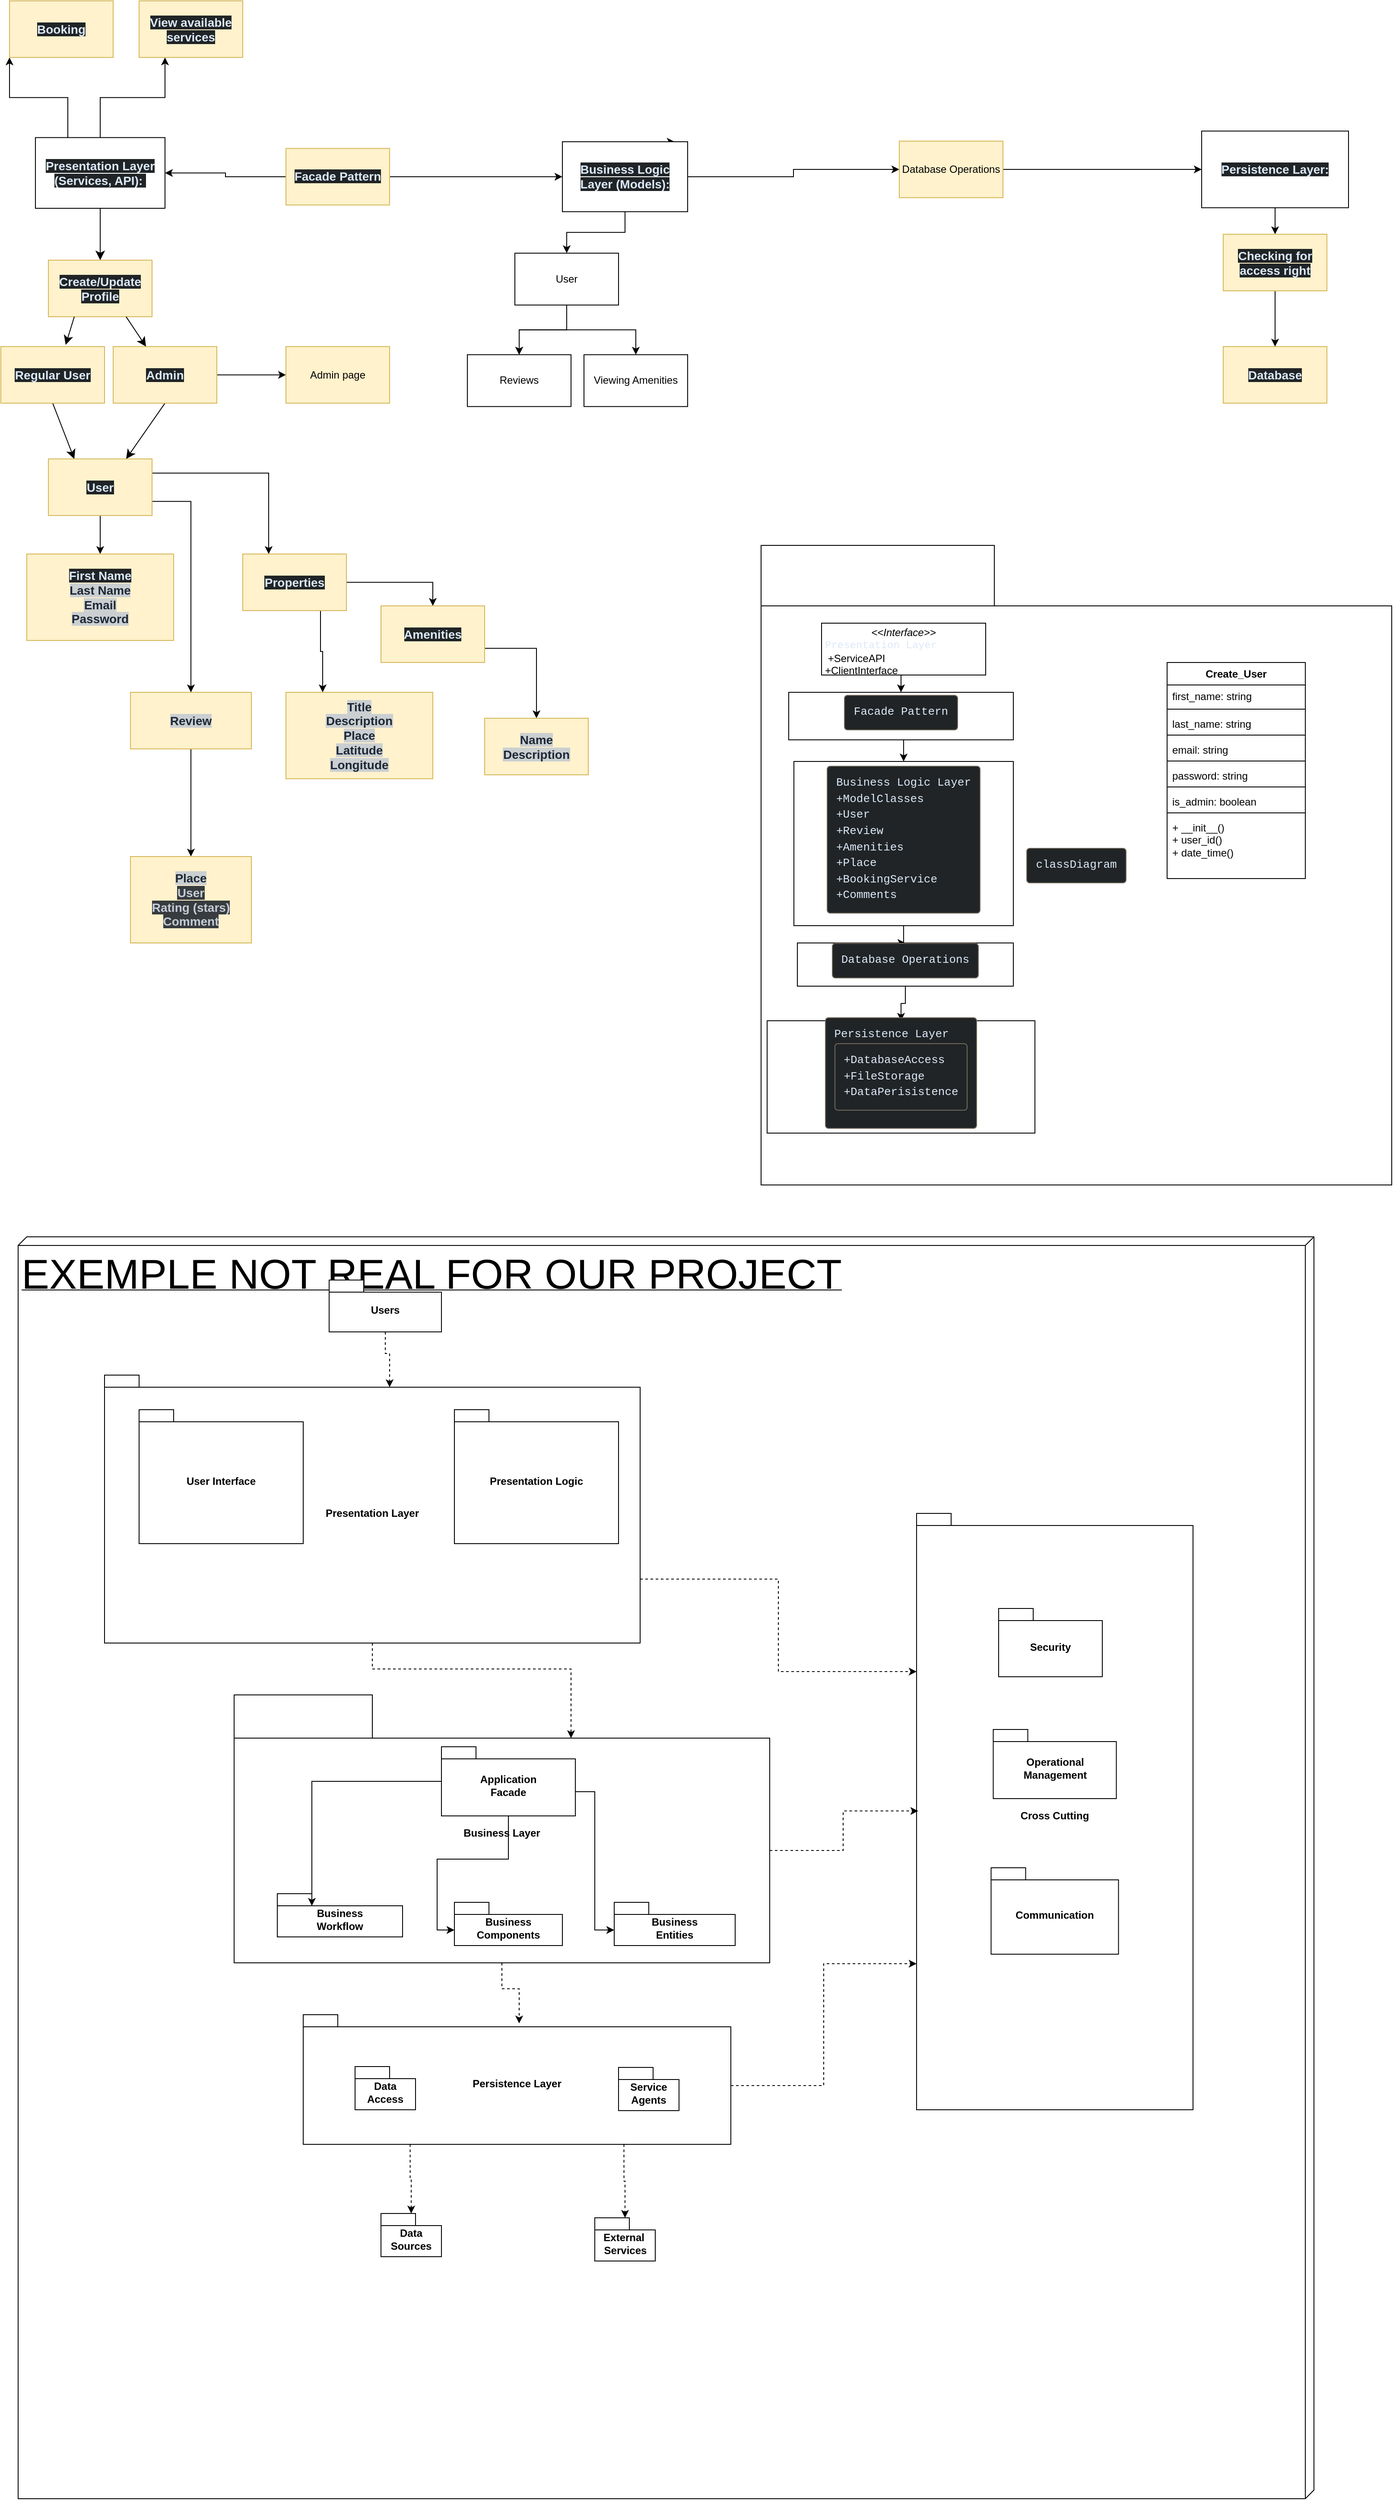
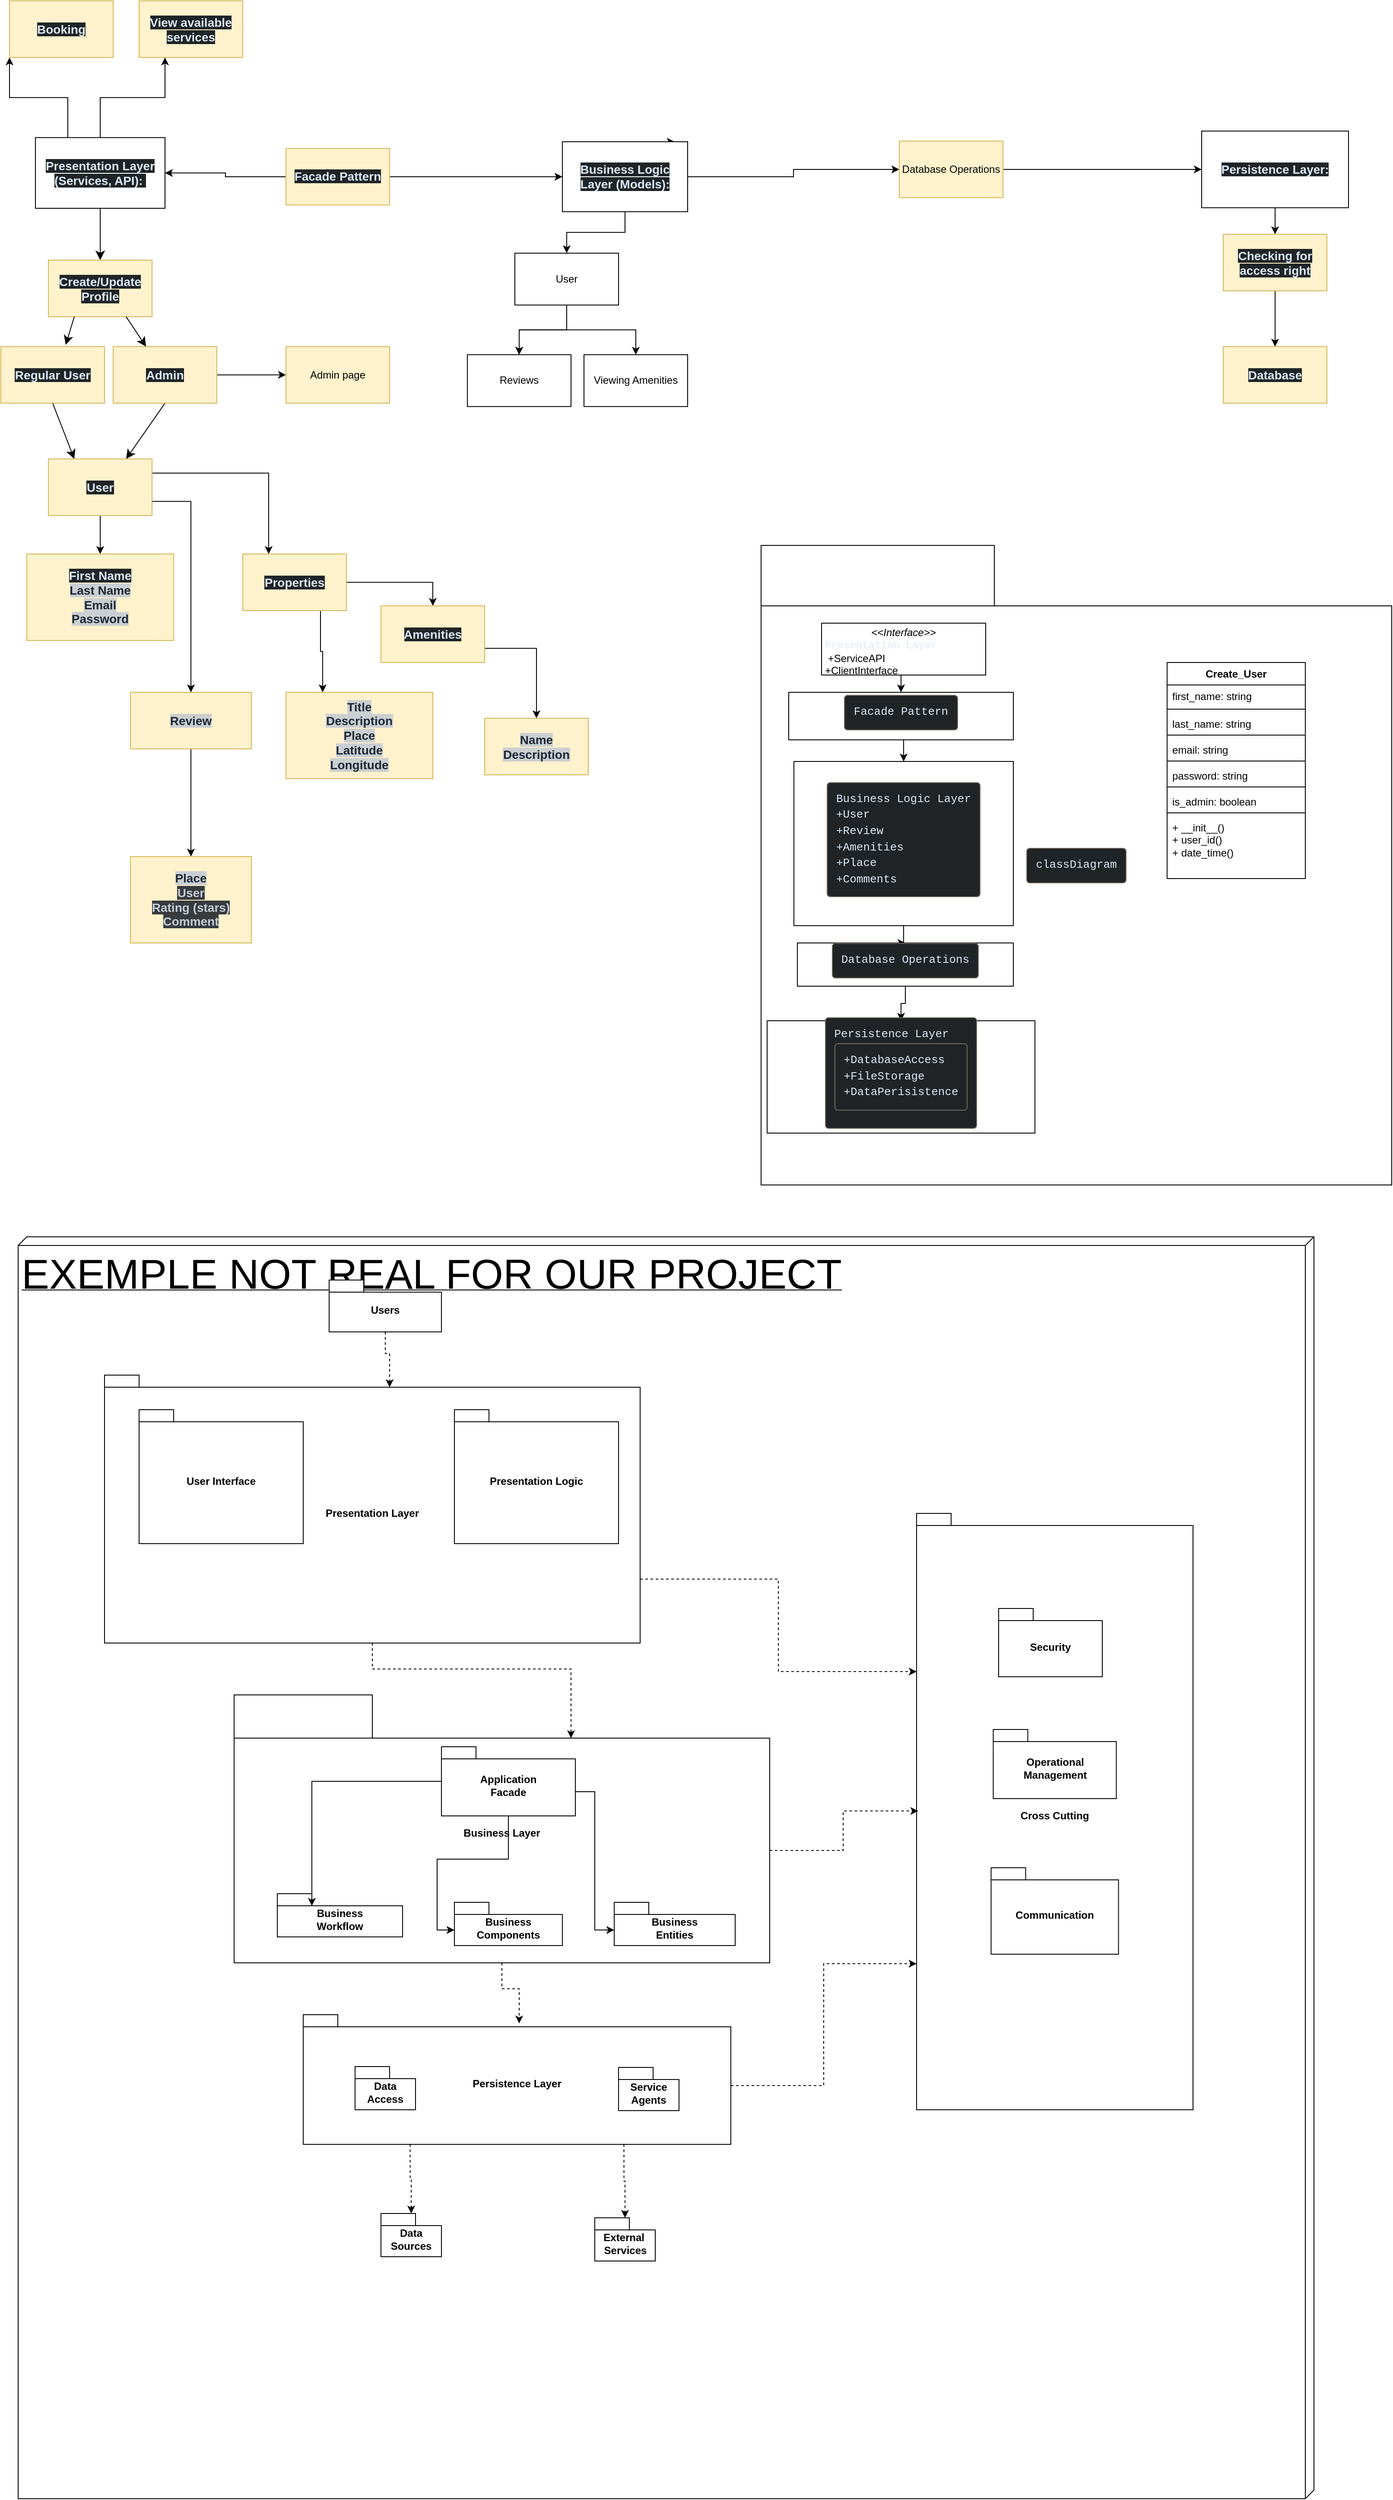
<mxfile host="app.diagrams.net">
  <diagram name="Page-1" id="-YqvBdWR7zro55ob8_1u">
    <mxGraphModel dx="1704" dy="840" grid="1" gridSize="10" guides="1" tooltips="1" connect="1" arrows="1" fold="1" page="1" pageScale="1" pageWidth="850" pageHeight="1100" math="0" shadow="0">
      <root>
        <mxCell id="0" />
        <mxCell id="1" parent="0" />
        <mxCell id="ak4_qq2vWhMhYVfdcJaX-1" parent="1" style="verticalAlign=top;align=left;spacingTop=8;spacingLeft=2;spacingRight=12;shape=cube;size=10;direction=south;fontStyle=4;html=1;whiteSpace=wrap;" value="&lt;font style=&quot;font-size: 48px;&quot;&gt;EXEMPLE NOT REAL FOR OUR PROJECT&lt;/font&gt;" vertex="1">
          <mxGeometry height="1460" width="1500" x="20" y="1530" as="geometry" />
        </mxCell>
        <mxCell id="Xk1fa7zEFvqhqLaLLcKz-15" parent="1" style="shape=folder;fontStyle=1;spacingTop=10;tabWidth=270;tabHeight=70;tabPosition=left;html=1;whiteSpace=wrap;" value="&lt;pre style=&quot;box-sizing: border-box; overflow: auto; font-family: Menlo, Monaco, Consolas, &amp;quot;Courier New&amp;quot;, monospace; font-size: 13px; margin: 0px 0px 10px; line-height: 1.42857; color: rgb(220, 233, 249); word-break: break-all; overflow-wrap: break-word; border-width: 1px; border-style: solid; border-image: initial; scrollbar-color: rgb(95, 99, 104) rgb(49, 54, 60); font-weight: 400; text-align: start; padding: 10px !important; background-color: rgb(32, 36, 38) !important; border-color: rgb(114, 105, 91) !important; border-radius: 4px !important;&quot;&gt;&lt;code class=&quot;mermaid language-mermaid&quot; style=&quot;box-sizing: border-box; font-family: Menlo, Monaco, Consolas, &amp;quot;Courier New&amp;quot;, monospace; font-size: inherit; padding: 0px; border-radius: 0px; white-space: pre-wrap; scrollbar-color: rgb(95, 99, 104) rgb(49, 54, 60); background-color: transparent !important;&quot;&gt;classDiagram&lt;/code&gt;&lt;/pre&gt;" vertex="1">
          <mxGeometry height="740" width="730" x="880" y="730" as="geometry" />
        </mxCell>
        <mxCell id="knfjWByLyRWuwcYY4K55-11" edge="1" parent="1" source="hUDn5ZNKDxH-Q9J3WyCt-1" style="edgeStyle=none;curved=1;rounded=0;orthogonalLoop=1;jettySize=auto;html=1;exitX=0.5;exitY=1;exitDx=0;exitDy=0;fontSize=12;startSize=8;endSize=8;" target="knfjWByLyRWuwcYY4K55-1">
          <mxGeometry relative="1" as="geometry" />
        </mxCell>
        <mxCell id="nrL1aRvaP8A3k5mvhdIb-1" edge="1" parent="1" source="hUDn5ZNKDxH-Q9J3WyCt-1" style="edgeStyle=orthogonalEdgeStyle;rounded=0;orthogonalLoop=1;jettySize=auto;html=1;exitX=0.25;exitY=0;exitDx=0;exitDy=0;entryX=0;entryY=1;entryDx=0;entryDy=0;" target="nDmQYND_-jVZAFU5oeKq-2">
          <mxGeometry relative="1" as="geometry" />
        </mxCell>
        <mxCell id="nrL1aRvaP8A3k5mvhdIb-2" edge="1" parent="1" source="hUDn5ZNKDxH-Q9J3WyCt-1" style="edgeStyle=orthogonalEdgeStyle;rounded=0;orthogonalLoop=1;jettySize=auto;html=1;exitX=0.5;exitY=0;exitDx=0;exitDy=0;entryX=0.25;entryY=1;entryDx=0;entryDy=0;" target="nDmQYND_-jVZAFU5oeKq-3">
          <mxGeometry relative="1" as="geometry" />
        </mxCell>
        <mxCell id="hUDn5ZNKDxH-Q9J3WyCt-1" parent="1" style="rounded=0;whiteSpace=wrap;html=1;" value="&lt;strong style=&quot;box-sizing: border-box; font-weight: bold; scrollbar-color: rgb(95, 99, 104) rgb(49, 54, 60); color: rgb(220, 233, 249); font-family: aktiv-grotesk, sans-serif; font-size: 14px; text-align: start; background-color: rgb(32, 36, 38);&quot;&gt;Presentation Layer (Services, API):&lt;/strong&gt;&lt;span style=&quot;color: rgb(220, 233, 249); font-family: aktiv-grotesk, sans-serif; font-size: 14px; text-align: start; background-color: rgb(32, 36, 38);&quot;&gt;&amp;nbsp;&lt;/span&gt;" vertex="1">
          <mxGeometry height="81.82" width="150" x="40" y="258.18" as="geometry" />
        </mxCell>
        <mxCell id="nrL1aRvaP8A3k5mvhdIb-28" edge="1" parent="1" source="hUDn5ZNKDxH-Q9J3WyCt-2" style="edgeStyle=orthogonalEdgeStyle;rounded=0;orthogonalLoop=1;jettySize=auto;html=1;exitX=0.75;exitY=0;exitDx=0;exitDy=0;">
          <mxGeometry relative="1" as="geometry">
            <mxPoint x="780" y="262.92" as="targetPoint" />
          </mxGeometry>
        </mxCell>
        <mxCell id="nrL1aRvaP8A3k5mvhdIb-29" edge="1" parent="1" source="hUDn5ZNKDxH-Q9J3WyCt-2" style="edgeStyle=orthogonalEdgeStyle;rounded=0;orthogonalLoop=1;jettySize=auto;html=1;exitX=1;exitY=0.5;exitDx=0;exitDy=0;entryX=0;entryY=0.5;entryDx=0;entryDy=0;" target="nrL1aRvaP8A3k5mvhdIb-25">
          <mxGeometry relative="1" as="geometry" />
        </mxCell>
        <mxCell id="IQe30unK_AcWwb2UXMVU-2" edge="1" parent="1" source="hUDn5ZNKDxH-Q9J3WyCt-2" style="edgeStyle=orthogonalEdgeStyle;rounded=0;orthogonalLoop=1;jettySize=auto;html=1;" target="IQe30unK_AcWwb2UXMVU-1" value="">
          <mxGeometry relative="1" as="geometry" />
        </mxCell>
        <mxCell id="hUDn5ZNKDxH-Q9J3WyCt-2" parent="1" style="rounded=0;whiteSpace=wrap;html=1;" value="&lt;strong style=&quot;box-sizing: border-box; font-weight: bold; scrollbar-color: rgb(95, 99, 104) rgb(49, 54, 60); color: rgb(220, 233, 249); font-family: aktiv-grotesk, sans-serif; font-size: 14px; text-align: start; background-color: rgb(32, 36, 38);&quot;&gt;Business Logic Layer (Models):&lt;/strong&gt;" vertex="1">
          <mxGeometry height="80.93" width="145" x="650" y="262.99" as="geometry" />
        </mxCell>
        <mxCell id="lqWkxY9uZ9eT4ogvRrYx-3" edge="1" parent="1" source="hUDn5ZNKDxH-Q9J3WyCt-3" style="edgeStyle=orthogonalEdgeStyle;rounded=0;orthogonalLoop=1;jettySize=auto;html=1;exitX=0.5;exitY=1;exitDx=0;exitDy=0;entryX=0.5;entryY=0;entryDx=0;entryDy=0;" target="lqWkxY9uZ9eT4ogvRrYx-2">
          <mxGeometry relative="1" as="geometry" />
        </mxCell>
        <mxCell id="hUDn5ZNKDxH-Q9J3WyCt-3" parent="1" style="rounded=0;whiteSpace=wrap;html=1;" value="&lt;strong style=&quot;box-sizing: border-box; font-weight: bold; scrollbar-color: rgb(95, 99, 104) rgb(49, 54, 60); color: rgb(220, 233, 249); font-family: aktiv-grotesk, sans-serif; font-size: 14px; text-align: start; background-color: rgb(32, 36, 38);&quot;&gt;Persistence Layer:&lt;/strong&gt;" vertex="1">
          <mxGeometry height="88.7" width="170" x="1390" y="250.65" as="geometry" />
        </mxCell>
        <mxCell id="nDmQYND_-jVZAFU5oeKq-2" parent="1" style="rounded=0;whiteSpace=wrap;html=1;fillColor=#fff2cc;strokeColor=#d6b656;" value="&lt;div style=&quot;text-align: start;&quot;&gt;&lt;font color=&quot;#dce9f9&quot; face=&quot;aktiv-grotesk, sans-serif&quot;&gt;&lt;span style=&quot;font-size: 14px; background-color: rgb(32, 36, 38);&quot;&gt;&lt;b&gt;Booking&lt;/b&gt;&lt;/span&gt;&lt;/font&gt;&lt;/div&gt;" vertex="1">
          <mxGeometry height="65.46" width="120" x="10" y="100" as="geometry" />
        </mxCell>
        <mxCell id="nDmQYND_-jVZAFU5oeKq-3" parent="1" style="rounded=0;whiteSpace=wrap;html=1;align=center;fillColor=#fff2cc;strokeColor=#d6b656;" value="&lt;div style=&quot;&quot;&gt;&lt;font color=&quot;#dce9f9&quot; face=&quot;aktiv-grotesk, sans-serif&quot;&gt;&lt;span style=&quot;font-size: 14px; background-color: rgb(32, 36, 38);&quot;&gt;&lt;b&gt;View available services&lt;/b&gt;&lt;/span&gt;&lt;/font&gt;&lt;/div&gt;" vertex="1">
          <mxGeometry height="65.46" width="120" x="160" y="100.00000000000003" as="geometry" />
        </mxCell>
        <mxCell id="bphd-XHS044pXj_6YrF3-2" edge="1" parent="1" source="nDmQYND_-jVZAFU5oeKq-4" style="edgeStyle=orthogonalEdgeStyle;rounded=0;orthogonalLoop=1;jettySize=auto;html=1;exitX=0.5;exitY=1;exitDx=0;exitDy=0;entryX=0.5;entryY=0;entryDx=0;entryDy=0;" target="bphd-XHS044pXj_6YrF3-1">
          <mxGeometry relative="1" as="geometry" />
        </mxCell>
        <mxCell id="nDmQYND_-jVZAFU5oeKq-4" parent="1" style="rounded=0;whiteSpace=wrap;html=1;align=center;fillColor=#fff2cc;strokeColor=#d6b656;" value="&lt;div style=&quot;&quot;&gt;&lt;font color=&quot;#1d2836&quot; face=&quot;aktiv-grotesk, sans-serif&quot;&gt;&lt;span style=&quot;font-size: 14px; background-color: rgb(203, 207, 209);&quot;&gt;&lt;b&gt;Review&lt;/b&gt;&lt;/span&gt;&lt;/font&gt;&lt;/div&gt;" vertex="1">
          <mxGeometry height="65.46" width="140" x="150" y="900" as="geometry" />
        </mxCell>
        <mxCell id="knfjWByLyRWuwcYY4K55-1" parent="1" style="rounded=0;whiteSpace=wrap;html=1;align=center;fillColor=#fff2cc;strokeColor=#d6b656;" value="&lt;div style=&quot;&quot;&gt;&lt;font color=&quot;#dce9f9&quot; face=&quot;aktiv-grotesk, sans-serif&quot;&gt;&lt;span style=&quot;font-size: 14px; background-color: rgb(32, 36, 38);&quot;&gt;&lt;b&gt;Create/Update Profile&lt;/b&gt;&lt;/span&gt;&lt;/font&gt;&lt;/div&gt;" vertex="1">
          <mxGeometry height="65.46" width="120" x="55" y="400" as="geometry" />
        </mxCell>
        <mxCell id="knfjWByLyRWuwcYY4K55-12" edge="1" parent="1" source="knfjWByLyRWuwcYY4K55-3" style="edgeStyle=none;curved=1;rounded=0;orthogonalLoop=1;jettySize=auto;html=1;exitX=0.5;exitY=1;exitDx=0;exitDy=0;entryX=0.25;entryY=0;entryDx=0;entryDy=0;fontSize=12;startSize=8;endSize=8;" target="knfjWByLyRWuwcYY4K55-7">
          <mxGeometry relative="1" as="geometry" />
        </mxCell>
        <mxCell id="knfjWByLyRWuwcYY4K55-3" parent="1" style="rounded=0;whiteSpace=wrap;html=1;align=center;fillColor=#fff2cc;strokeColor=#d6b656;" value="&lt;div style=&quot;&quot;&gt;&lt;font color=&quot;#dce9f9&quot; face=&quot;aktiv-grotesk, sans-serif&quot;&gt;&lt;span style=&quot;font-size: 14px; background-color: rgb(32, 36, 38);&quot;&gt;&lt;b&gt;Regular User&lt;/b&gt;&lt;/span&gt;&lt;/font&gt;&lt;/div&gt;" vertex="1">
          <mxGeometry height="65.46" width="120" y="500" as="geometry" />
        </mxCell>
        <mxCell id="knfjWByLyRWuwcYY4K55-13" edge="1" parent="1" source="knfjWByLyRWuwcYY4K55-4" style="edgeStyle=none;curved=1;rounded=0;orthogonalLoop=1;jettySize=auto;html=1;exitX=0.5;exitY=1;exitDx=0;exitDy=0;entryX=0.75;entryY=0;entryDx=0;entryDy=0;fontSize=12;startSize=8;endSize=8;" target="knfjWByLyRWuwcYY4K55-7">
          <mxGeometry relative="1" as="geometry" />
        </mxCell>
        <mxCell id="aWwyGlZGmxZRMDZtTTIC-5" edge="1" parent="1" source="knfjWByLyRWuwcYY4K55-4" style="edgeStyle=orthogonalEdgeStyle;rounded=0;orthogonalLoop=1;jettySize=auto;html=1;" target="aWwyGlZGmxZRMDZtTTIC-4" value="">
          <mxGeometry relative="1" as="geometry" />
        </mxCell>
        <mxCell id="knfjWByLyRWuwcYY4K55-4" parent="1" style="rounded=0;whiteSpace=wrap;html=1;align=center;fillColor=#fff2cc;strokeColor=#d6b656;" value="&lt;div style=&quot;&quot;&gt;&lt;font color=&quot;#dce9f9&quot; face=&quot;aktiv-grotesk, sans-serif&quot;&gt;&lt;span style=&quot;font-size: 14px; background-color: rgb(32, 36, 38);&quot;&gt;&lt;b&gt;Admin&lt;/b&gt;&lt;/span&gt;&lt;/font&gt;&lt;/div&gt;" vertex="1">
          <mxGeometry height="65.46" width="120" x="130" y="500" as="geometry" />
        </mxCell>
        <mxCell id="knfjWByLyRWuwcYY4K55-5" edge="1" parent="1" source="knfjWByLyRWuwcYY4K55-1" style="edgeStyle=none;curved=1;rounded=0;orthogonalLoop=1;jettySize=auto;html=1;exitX=0.25;exitY=1;exitDx=0;exitDy=0;entryX=0.625;entryY=-0.031;entryDx=0;entryDy=0;entryPerimeter=0;fontSize=12;startSize=8;endSize=8;" target="knfjWByLyRWuwcYY4K55-3">
          <mxGeometry relative="1" as="geometry" />
        </mxCell>
        <mxCell id="knfjWByLyRWuwcYY4K55-6" edge="1" parent="1" source="knfjWByLyRWuwcYY4K55-1" style="edgeStyle=none;curved=1;rounded=0;orthogonalLoop=1;jettySize=auto;html=1;exitX=0.75;exitY=1;exitDx=0;exitDy=0;entryX=0.317;entryY=0;entryDx=0;entryDy=0;entryPerimeter=0;fontSize=12;startSize=8;endSize=8;" target="knfjWByLyRWuwcYY4K55-4">
          <mxGeometry relative="1" as="geometry" />
        </mxCell>
        <mxCell id="nrL1aRvaP8A3k5mvhdIb-16" edge="1" parent="1" source="knfjWByLyRWuwcYY4K55-7" style="edgeStyle=orthogonalEdgeStyle;rounded=0;orthogonalLoop=1;jettySize=auto;html=1;exitX=0.5;exitY=1;exitDx=0;exitDy=0;entryX=0.5;entryY=0;entryDx=0;entryDy=0;" target="nrL1aRvaP8A3k5mvhdIb-10">
          <mxGeometry relative="1" as="geometry" />
        </mxCell>
        <mxCell id="nrL1aRvaP8A3k5mvhdIb-18" edge="1" parent="1" source="knfjWByLyRWuwcYY4K55-7" style="edgeStyle=orthogonalEdgeStyle;rounded=0;orthogonalLoop=1;jettySize=auto;html=1;exitX=1;exitY=0.75;exitDx=0;exitDy=0;entryX=0.5;entryY=0;entryDx=0;entryDy=0;" target="nDmQYND_-jVZAFU5oeKq-4">
          <mxGeometry relative="1" as="geometry" />
        </mxCell>
        <mxCell id="nrL1aRvaP8A3k5mvhdIb-19" edge="1" parent="1" source="knfjWByLyRWuwcYY4K55-7" style="edgeStyle=orthogonalEdgeStyle;rounded=0;orthogonalLoop=1;jettySize=auto;html=1;exitX=1;exitY=0.25;exitDx=0;exitDy=0;entryX=0.25;entryY=0;entryDx=0;entryDy=0;" target="nrL1aRvaP8A3k5mvhdIb-3">
          <mxGeometry relative="1" as="geometry" />
        </mxCell>
        <mxCell id="knfjWByLyRWuwcYY4K55-7" parent="1" style="rounded=0;whiteSpace=wrap;html=1;align=center;fillColor=#fff2cc;strokeColor=#d6b656;" value="&lt;div style=&quot;&quot;&gt;&lt;font color=&quot;#dce9f9&quot; face=&quot;aktiv-grotesk, sans-serif&quot;&gt;&lt;span style=&quot;font-size: 14px; background-color: rgb(32, 36, 38);&quot;&gt;&lt;b&gt;User&lt;/b&gt;&lt;/span&gt;&lt;/font&gt;&lt;/div&gt;" vertex="1">
          <mxGeometry height="65.46" width="120" x="55" y="630" as="geometry" />
        </mxCell>
        <mxCell id="knfjWByLyRWuwcYY4K55-9" parent="1" style="rounded=0;whiteSpace=wrap;html=1;align=center;fillColor=#fff2cc;strokeColor=#d6b656;" value="&lt;div style=&quot;&quot;&gt;&lt;font color=&quot;#dce9f9&quot; face=&quot;aktiv-grotesk, sans-serif&quot;&gt;&lt;span style=&quot;font-size: 14px; background-color: rgb(32, 36, 38);&quot;&gt;&lt;b&gt;Database&lt;/b&gt;&lt;/span&gt;&lt;/font&gt;&lt;/div&gt;" vertex="1">
          <mxGeometry height="65.46" width="120" x="1415" y="500.00000000000006" as="geometry" />
        </mxCell>
        <mxCell id="bphd-XHS044pXj_6YrF3-3" edge="1" parent="1" source="nrL1aRvaP8A3k5mvhdIb-3" style="edgeStyle=orthogonalEdgeStyle;rounded=0;orthogonalLoop=1;jettySize=auto;html=1;exitX=0.75;exitY=1;exitDx=0;exitDy=0;entryX=0.25;entryY=0;entryDx=0;entryDy=0;" target="nrL1aRvaP8A3k5mvhdIb-20">
          <mxGeometry relative="1" as="geometry">
            <mxPoint x="370.11764705882365" y="910" as="targetPoint" />
          </mxGeometry>
        </mxCell>
        <mxCell id="bphd-XHS044pXj_6YrF3-10" edge="1" parent="1" source="nrL1aRvaP8A3k5mvhdIb-3" style="edgeStyle=orthogonalEdgeStyle;rounded=0;orthogonalLoop=1;jettySize=auto;html=1;exitX=1;exitY=0.5;exitDx=0;exitDy=0;entryX=0.5;entryY=0;entryDx=0;entryDy=0;" target="bphd-XHS044pXj_6YrF3-9">
          <mxGeometry relative="1" as="geometry" />
        </mxCell>
        <mxCell id="nrL1aRvaP8A3k5mvhdIb-3" parent="1" style="rounded=0;whiteSpace=wrap;html=1;align=center;fillColor=#fff2cc;strokeColor=#d6b656;" value="&lt;div style=&quot;&quot;&gt;&lt;font color=&quot;#dce9f9&quot; face=&quot;aktiv-grotesk, sans-serif&quot;&gt;&lt;span style=&quot;font-size: 14px; background-color: rgb(32, 36, 38);&quot;&gt;&lt;b&gt;Properties&lt;/b&gt;&lt;/span&gt;&lt;/font&gt;&lt;/div&gt;" vertex="1">
          <mxGeometry height="65.46" width="120" x="280" y="740" as="geometry" />
        </mxCell>
        <mxCell id="nrL1aRvaP8A3k5mvhdIb-10" parent="1" style="rounded=0;whiteSpace=wrap;html=1;align=center;fillColor=#fff2cc;strokeColor=#d6b656;" value="&lt;div style=&quot;&quot;&gt;&lt;font color=&quot;#dce9f9&quot; face=&quot;aktiv-grotesk, sans-serif&quot;&gt;&lt;span style=&quot;font-size: 14px; background-color: rgb(32, 36, 38);&quot;&gt;&lt;b&gt;First Name&lt;/b&gt;&lt;/span&gt;&lt;/font&gt;&lt;/div&gt;&lt;div style=&quot;&quot;&gt;&lt;font color=&quot;#1d2836&quot; face=&quot;aktiv-grotesk, sans-serif&quot;&gt;&lt;span style=&quot;font-size: 14px; background-color: rgb(203, 207, 209);&quot;&gt;&lt;b&gt;Last Name&lt;/b&gt;&lt;/span&gt;&lt;/font&gt;&lt;/div&gt;&lt;div style=&quot;&quot;&gt;&lt;font color=&quot;#1d2836&quot; face=&quot;aktiv-grotesk, sans-serif&quot;&gt;&lt;span style=&quot;font-size: 14px; background-color: rgb(203, 207, 209);&quot;&gt;&lt;b&gt;Email&lt;/b&gt;&lt;/span&gt;&lt;/font&gt;&lt;/div&gt;&lt;div style=&quot;&quot;&gt;&lt;font color=&quot;#1d2836&quot; face=&quot;aktiv-grotesk, sans-serif&quot;&gt;&lt;span style=&quot;font-size: 14px; background-color: rgb(203, 207, 209);&quot;&gt;&lt;b&gt;Password&lt;/b&gt;&lt;/span&gt;&lt;/font&gt;&lt;/div&gt;" vertex="1">
          <mxGeometry height="100" width="170" x="30" y="740" as="geometry" />
        </mxCell>
        <mxCell id="nrL1aRvaP8A3k5mvhdIb-20" parent="1" style="rounded=0;whiteSpace=wrap;html=1;align=center;fillColor=#fff2cc;strokeColor=#d6b656;" value="&lt;div style=&quot;&quot;&gt;&lt;font color=&quot;#1d2836&quot; face=&quot;aktiv-grotesk, sans-serif&quot;&gt;&lt;span style=&quot;font-size: 14px; background-color: rgb(203, 207, 209);&quot;&gt;&lt;b&gt;Title&lt;/b&gt;&lt;/span&gt;&lt;/font&gt;&lt;/div&gt;&lt;div style=&quot;&quot;&gt;&lt;font color=&quot;#1d2836&quot; face=&quot;aktiv-grotesk, sans-serif&quot;&gt;&lt;span style=&quot;font-size: 14px; background-color: rgb(203, 207, 209);&quot;&gt;&lt;b&gt;Description&lt;/b&gt;&lt;/span&gt;&lt;/font&gt;&lt;/div&gt;&lt;div style=&quot;&quot;&gt;&lt;font color=&quot;#1d2836&quot; face=&quot;aktiv-grotesk, sans-serif&quot;&gt;&lt;span style=&quot;font-size: 14px; background-color: rgb(203, 207, 209);&quot;&gt;&lt;b&gt;Place&lt;/b&gt;&lt;/span&gt;&lt;/font&gt;&lt;/div&gt;&lt;div style=&quot;&quot;&gt;&lt;font color=&quot;#1d2836&quot; face=&quot;aktiv-grotesk, sans-serif&quot;&gt;&lt;span style=&quot;font-size: 14px; background-color: rgb(203, 207, 209);&quot;&gt;&lt;b&gt;Latitude&lt;/b&gt;&lt;/span&gt;&lt;/font&gt;&lt;/div&gt;&lt;div style=&quot;&quot;&gt;&lt;font color=&quot;#1d2836&quot; face=&quot;aktiv-grotesk, sans-serif&quot;&gt;&lt;span style=&quot;font-size: 14px; background-color: rgb(203, 207, 209);&quot;&gt;&lt;b&gt;Longitude&lt;/b&gt;&lt;/span&gt;&lt;/font&gt;&lt;/div&gt;" vertex="1">
          <mxGeometry height="100" width="170" x="330" y="900" as="geometry" />
        </mxCell>
        <mxCell id="nrL1aRvaP8A3k5mvhdIb-26" edge="1" parent="1" source="nrL1aRvaP8A3k5mvhdIb-24" style="edgeStyle=orthogonalEdgeStyle;rounded=0;orthogonalLoop=1;jettySize=auto;html=1;exitX=1;exitY=0.5;exitDx=0;exitDy=0;" target="hUDn5ZNKDxH-Q9J3WyCt-2">
          <mxGeometry relative="1" as="geometry">
            <mxPoint x="610" y="299.5700000000001" as="sourcePoint" />
          </mxGeometry>
        </mxCell>
        <mxCell id="nrL1aRvaP8A3k5mvhdIb-27" edge="1" parent="1" source="nrL1aRvaP8A3k5mvhdIb-24" style="edgeStyle=orthogonalEdgeStyle;rounded=0;orthogonalLoop=1;jettySize=auto;html=1;exitX=0;exitY=0.5;exitDx=0;exitDy=0;entryX=1;entryY=0.5;entryDx=0;entryDy=0;" target="hUDn5ZNKDxH-Q9J3WyCt-1">
          <mxGeometry relative="1" as="geometry" />
        </mxCell>
        <mxCell id="nrL1aRvaP8A3k5mvhdIb-24" parent="1" style="rounded=0;whiteSpace=wrap;html=1;align=center;fillColor=#fff2cc;strokeColor=#d6b656;" value="&lt;div style=&quot;&quot;&gt;&lt;font color=&quot;#dce9f9&quot; face=&quot;aktiv-grotesk, sans-serif&quot;&gt;&lt;span style=&quot;font-size: 14px; background-color: rgb(32, 36, 38);&quot;&gt;&lt;b&gt;Facade Pattern&lt;/b&gt;&lt;/span&gt;&lt;/font&gt;&lt;/div&gt;" vertex="1">
          <mxGeometry height="65.46" width="120" x="330" y="270.72999999999996" as="geometry" />
        </mxCell>
        <mxCell id="nrL1aRvaP8A3k5mvhdIb-30" edge="1" parent="1" source="nrL1aRvaP8A3k5mvhdIb-25" style="edgeStyle=orthogonalEdgeStyle;rounded=0;orthogonalLoop=1;jettySize=auto;html=1;exitX=1;exitY=0.5;exitDx=0;exitDy=0;entryX=0;entryY=0.5;entryDx=0;entryDy=0;" target="hUDn5ZNKDxH-Q9J3WyCt-3">
          <mxGeometry relative="1" as="geometry" />
        </mxCell>
        <mxCell id="nrL1aRvaP8A3k5mvhdIb-25" parent="1" style="rounded=0;whiteSpace=wrap;html=1;align=center;fillColor=#fff2cc;strokeColor=#d6b656;" value="Database Operations" vertex="1">
          <mxGeometry height="65.46" width="120" x="1040" y="262.27" as="geometry" />
        </mxCell>
        <mxCell id="bphd-XHS044pXj_6YrF3-1" parent="1" style="rounded=0;whiteSpace=wrap;html=1;align=center;fillColor=#fff2cc;strokeColor=#d6b656;" value="&lt;div style=&quot;&quot;&gt;&lt;font color=&quot;#1d2836&quot; face=&quot;aktiv-grotesk, sans-serif&quot;&gt;&lt;span style=&quot;font-size: 14px; background-color: rgb(203, 207, 209);&quot;&gt;&lt;b&gt;Place&lt;/b&gt;&lt;/span&gt;&lt;/font&gt;&lt;/div&gt;&lt;div style=&quot;&quot;&gt;&lt;font color=&quot;#c4cdd9&quot; face=&quot;aktiv-grotesk, sans-serif&quot;&gt;&lt;span style=&quot;font-size: 14px; background-color: rgb(56, 60, 62);&quot;&gt;&lt;b&gt;User&lt;/b&gt;&lt;/span&gt;&lt;/font&gt;&lt;/div&gt;&lt;div style=&quot;&quot;&gt;&lt;font color=&quot;#c4cdd9&quot; face=&quot;aktiv-grotesk, sans-serif&quot;&gt;&lt;span style=&quot;font-size: 14px; background-color: rgb(56, 60, 62);&quot;&gt;&lt;b&gt;Rating (stars)&lt;/b&gt;&lt;/span&gt;&lt;/font&gt;&lt;/div&gt;&lt;div style=&quot;&quot;&gt;&lt;font color=&quot;#c4cdd9&quot; face=&quot;aktiv-grotesk, sans-serif&quot;&gt;&lt;span style=&quot;font-size: 14px; background-color: rgb(56, 60, 62);&quot;&gt;&lt;b&gt;Comment&lt;/b&gt;&lt;/span&gt;&lt;/font&gt;&lt;/div&gt;" vertex="1">
          <mxGeometry height="100" width="140" x="150" y="1090" as="geometry" />
        </mxCell>
        <mxCell id="IQe30unK_AcWwb2UXMVU-4" edge="1" parent="1" source="IQe30unK_AcWwb2UXMVU-1" style="edgeStyle=orthogonalEdgeStyle;rounded=0;orthogonalLoop=1;jettySize=auto;html=1;" target="IQe30unK_AcWwb2UXMVU-3" value="">
          <mxGeometry relative="1" as="geometry" />
        </mxCell>
        <mxCell id="bphd-XHS044pXj_6YrF3-4" parent="1" style="swimlane;fontStyle=1;align=center;verticalAlign=top;childLayout=stackLayout;horizontal=1;startSize=26;horizontalStack=0;resizeParent=1;resizeParentMax=0;resizeLast=0;collapsible=1;marginBottom=0;whiteSpace=wrap;html=1;" value="Create_User" vertex="1">
          <mxGeometry height="250" width="160" x="1350" y="865.46" as="geometry" />
        </mxCell>
        <mxCell id="bphd-XHS044pXj_6YrF3-5" parent="bphd-XHS044pXj_6YrF3-4" style="text;strokeColor=none;fillColor=none;align=left;verticalAlign=top;spacingLeft=4;spacingRight=4;overflow=hidden;rotatable=0;points=[[0,0.5],[1,0.5]];portConstraint=eastwest;whiteSpace=wrap;html=1;" value="first_name: string&lt;div&gt;&lt;br&gt;&lt;/div&gt;" vertex="1">
          <mxGeometry height="24" width="160" y="26" as="geometry" />
        </mxCell>
        <mxCell id="bphd-XHS044pXj_6YrF3-6" parent="bphd-XHS044pXj_6YrF3-4" style="line;strokeWidth=1;fillColor=none;align=left;verticalAlign=middle;spacingTop=-1;spacingLeft=3;spacingRight=3;rotatable=0;labelPosition=right;points=[];portConstraint=eastwest;strokeColor=inherit;" value="" vertex="1">
          <mxGeometry height="8" width="160" y="50" as="geometry" />
        </mxCell>
        <mxCell id="1CZEDAOxRYAH5AQD7Mqk-3" parent="bphd-XHS044pXj_6YrF3-4" style="text;strokeColor=none;fillColor=none;align=left;verticalAlign=top;spacingLeft=4;spacingRight=4;overflow=hidden;rotatable=0;points=[[0,0.5],[1,0.5]];portConstraint=eastwest;whiteSpace=wrap;html=1;" value="&lt;div&gt;last_name: string&lt;/div&gt;" vertex="1">
          <mxGeometry height="22" width="160" y="58" as="geometry" />
        </mxCell>
        <mxCell id="1CZEDAOxRYAH5AQD7Mqk-4" parent="bphd-XHS044pXj_6YrF3-4" style="line;strokeWidth=1;fillColor=none;align=left;verticalAlign=middle;spacingTop=-1;spacingLeft=3;spacingRight=3;rotatable=0;labelPosition=right;points=[];portConstraint=eastwest;strokeColor=inherit;" value="" vertex="1">
          <mxGeometry height="8" width="160" y="80" as="geometry" />
        </mxCell>
        <mxCell id="1CZEDAOxRYAH5AQD7Mqk-5" parent="bphd-XHS044pXj_6YrF3-4" style="text;strokeColor=none;fillColor=none;align=left;verticalAlign=top;spacingLeft=4;spacingRight=4;overflow=hidden;rotatable=0;points=[[0,0.5],[1,0.5]];portConstraint=eastwest;whiteSpace=wrap;html=1;" value="&lt;div&gt;email: string&lt;/div&gt;" vertex="1">
          <mxGeometry height="22" width="160" y="88" as="geometry" />
        </mxCell>
        <mxCell id="1CZEDAOxRYAH5AQD7Mqk-7" parent="bphd-XHS044pXj_6YrF3-4" style="line;strokeWidth=1;fillColor=none;align=left;verticalAlign=middle;spacingTop=-1;spacingLeft=3;spacingRight=3;rotatable=0;labelPosition=right;points=[];portConstraint=eastwest;strokeColor=inherit;" value="" vertex="1">
          <mxGeometry height="8" width="160" y="110" as="geometry" />
        </mxCell>
        <mxCell id="1CZEDAOxRYAH5AQD7Mqk-6" parent="bphd-XHS044pXj_6YrF3-4" style="text;strokeColor=none;fillColor=none;align=left;verticalAlign=top;spacingLeft=4;spacingRight=4;overflow=hidden;rotatable=0;points=[[0,0.5],[1,0.5]];portConstraint=eastwest;whiteSpace=wrap;html=1;" value="&lt;div&gt;password: string&lt;/div&gt;" vertex="1">
          <mxGeometry height="22" width="160" y="118" as="geometry" />
        </mxCell>
        <mxCell id="1CZEDAOxRYAH5AQD7Mqk-8" parent="bphd-XHS044pXj_6YrF3-4" style="line;strokeWidth=1;fillColor=none;align=left;verticalAlign=middle;spacingTop=-1;spacingLeft=3;spacingRight=3;rotatable=0;labelPosition=right;points=[];portConstraint=eastwest;strokeColor=inherit;" value="" vertex="1">
          <mxGeometry height="8" width="160" y="140" as="geometry" />
        </mxCell>
        <mxCell id="aWwyGlZGmxZRMDZtTTIC-2" parent="bphd-XHS044pXj_6YrF3-4" style="text;strokeColor=none;fillColor=none;align=left;verticalAlign=top;spacingLeft=4;spacingRight=4;overflow=hidden;rotatable=0;points=[[0,0.5],[1,0.5]];portConstraint=eastwest;whiteSpace=wrap;html=1;" value="&lt;div&gt;is_admin: boolean&lt;/div&gt;" vertex="1">
          <mxGeometry height="22" width="160" y="148" as="geometry" />
        </mxCell>
        <mxCell id="aWwyGlZGmxZRMDZtTTIC-3" parent="bphd-XHS044pXj_6YrF3-4" style="line;strokeWidth=1;fillColor=none;align=left;verticalAlign=middle;spacingTop=-1;spacingLeft=3;spacingRight=3;rotatable=0;labelPosition=right;points=[];portConstraint=eastwest;strokeColor=inherit;" value="" vertex="1">
          <mxGeometry height="8" width="160" y="170" as="geometry" />
        </mxCell>
        <mxCell id="bphd-XHS044pXj_6YrF3-7" parent="bphd-XHS044pXj_6YrF3-4" style="text;strokeColor=none;fillColor=none;align=left;verticalAlign=top;spacingLeft=4;spacingRight=4;overflow=hidden;rotatable=0;points=[[0,0.5],[1,0.5]];portConstraint=eastwest;whiteSpace=wrap;html=1;" value="+ __init__()&lt;div&gt;+ user_id()&lt;/div&gt;&lt;div&gt;+ date_time()&lt;/div&gt;" vertex="1">
          <mxGeometry height="72" width="160" y="178" as="geometry" />
        </mxCell>
        <mxCell id="IQe30unK_AcWwb2UXMVU-5" edge="1" parent="1" source="IQe30unK_AcWwb2UXMVU-1" style="edgeStyle=orthogonalEdgeStyle;rounded=0;orthogonalLoop=1;jettySize=auto;html=1;" target="IQe30unK_AcWwb2UXMVU-3" value="">
          <mxGeometry relative="1" as="geometry" />
        </mxCell>
        <mxCell id="IQe30unK_AcWwb2UXMVU-7" edge="1" parent="1" source="IQe30unK_AcWwb2UXMVU-1" style="edgeStyle=orthogonalEdgeStyle;rounded=0;orthogonalLoop=1;jettySize=auto;html=1;" target="IQe30unK_AcWwb2UXMVU-6" value="">
          <mxGeometry relative="1" as="geometry" />
        </mxCell>
        <mxCell id="IQe30unK_AcWwb2UXMVU-1" parent="1" style="whiteSpace=wrap;html=1;rounded=0;" value="User" vertex="1">
          <mxGeometry height="60" width="120" x="595" y="391.9150000000001" as="geometry" />
        </mxCell>
        <mxCell id="IQe30unK_AcWwb2UXMVU-3" parent="1" style="whiteSpace=wrap;html=1;rounded=0;" value="Reviews" vertex="1">
          <mxGeometry height="60" width="120" x="540" y="509.3750000000001" as="geometry" />
        </mxCell>
        <mxCell id="IQe30unK_AcWwb2UXMVU-6" parent="1" style="whiteSpace=wrap;html=1;rounded=0;" value="Viewing Amenities" vertex="1">
          <mxGeometry height="60" width="120" x="675" y="509.37500000000006" as="geometry" />
        </mxCell>
        <mxCell id="bphd-XHS044pXj_6YrF3-12" edge="1" parent="1" source="bphd-XHS044pXj_6YrF3-9" style="edgeStyle=orthogonalEdgeStyle;rounded=0;orthogonalLoop=1;jettySize=auto;html=1;exitX=1;exitY=0.75;exitDx=0;exitDy=0;entryX=0.5;entryY=0;entryDx=0;entryDy=0;" target="bphd-XHS044pXj_6YrF3-11">
          <mxGeometry relative="1" as="geometry" />
        </mxCell>
        <mxCell id="bphd-XHS044pXj_6YrF3-9" parent="1" style="rounded=0;whiteSpace=wrap;html=1;align=center;fillColor=#fff2cc;strokeColor=#d6b656;" value="&lt;div style=&quot;&quot;&gt;&lt;font color=&quot;#dce9f9&quot; face=&quot;aktiv-grotesk, sans-serif&quot;&gt;&lt;span style=&quot;font-size: 14px; background-color: rgb(32, 36, 38);&quot;&gt;&lt;b&gt;Amenities&lt;/b&gt;&lt;/span&gt;&lt;/font&gt;&lt;/div&gt;" vertex="1">
          <mxGeometry height="65.46" width="120" x="440" y="800" as="geometry" />
        </mxCell>
        <mxCell id="bphd-XHS044pXj_6YrF3-11" parent="1" style="rounded=0;whiteSpace=wrap;html=1;align=center;fillColor=#fff2cc;strokeColor=#d6b656;" value="&lt;div style=&quot;&quot;&gt;&lt;font color=&quot;#1d2836&quot; face=&quot;aktiv-grotesk, sans-serif&quot;&gt;&lt;span style=&quot;font-size: 14px; background-color: rgb(203, 207, 209);&quot;&gt;&lt;b&gt;Name&lt;/b&gt;&lt;/span&gt;&lt;/font&gt;&lt;/div&gt;&lt;div style=&quot;&quot;&gt;&lt;font color=&quot;#1d2836&quot; face=&quot;aktiv-grotesk, sans-serif&quot;&gt;&lt;span style=&quot;font-size: 14px; background-color: rgb(203, 207, 209);&quot;&gt;&lt;b&gt;Description&lt;/b&gt;&lt;/span&gt;&lt;/font&gt;&lt;/div&gt;" vertex="1">
          <mxGeometry height="65.46" width="120" x="560" y="930" as="geometry" />
        </mxCell>
        <mxCell id="bphd-XHS044pXj_6YrF3-17" parent="1" style="shape=folder;fontStyle=1;spacingTop=10;tabWidth=40;tabHeight=14;tabPosition=left;html=1;whiteSpace=wrap;" value="Presentation Layer" vertex="1">
          <mxGeometry height="310" width="620" x="120" y="1690" as="geometry" />
        </mxCell>
        <mxCell id="bphd-XHS044pXj_6YrF3-19" parent="1" style="shape=folder;fontStyle=1;spacingTop=10;tabWidth=160;tabHeight=50;tabPosition=left;html=1;whiteSpace=wrap;" value="Business Layer" vertex="1">
          <mxGeometry height="310" width="620" x="270" y="2060" as="geometry" />
        </mxCell>
        <mxCell id="5oGTE3Xe48jpl4K919ed-21" edge="1" parent="1" source="bphd-XHS044pXj_6YrF3-20" style="edgeStyle=orthogonalEdgeStyle;rounded=0;orthogonalLoop=1;jettySize=auto;html=1;exitX=0.25;exitY=1;exitDx=0;exitDy=0;exitPerimeter=0;dashed=1;" target="5oGTE3Xe48jpl4K919ed-22">
          <mxGeometry relative="1" as="geometry">
            <mxPoint x="473.6923076923076" y="2640" as="targetPoint" />
          </mxGeometry>
        </mxCell>
        <mxCell id="5oGTE3Xe48jpl4K919ed-23" edge="1" parent="1" source="bphd-XHS044pXj_6YrF3-20" style="edgeStyle=orthogonalEdgeStyle;rounded=0;orthogonalLoop=1;jettySize=auto;html=1;exitX=0.75;exitY=1;exitDx=0;exitDy=0;exitPerimeter=0;dashed=1;" target="5oGTE3Xe48jpl4K919ed-24">
          <mxGeometry relative="1" as="geometry">
            <mxPoint x="721.3846153846152" y="2650" as="targetPoint" />
          </mxGeometry>
        </mxCell>
        <mxCell id="bphd-XHS044pXj_6YrF3-20" parent="1" style="shape=folder;fontStyle=1;spacingTop=10;tabWidth=40;tabHeight=14;tabPosition=left;html=1;whiteSpace=wrap;" value="Persistence Layer" vertex="1">
          <mxGeometry height="150" width="495" x="350" y="2430" as="geometry" />
        </mxCell>
        <mxCell id="bphd-XHS044pXj_6YrF3-21" parent="1" style="shape=folder;fontStyle=1;spacingTop=10;tabWidth=40;tabHeight=14;tabPosition=left;html=1;whiteSpace=wrap;" value="Presentation Logic" vertex="1">
          <mxGeometry height="155" width="190" x="525" y="1730" as="geometry" />
        </mxCell>
        <mxCell id="bphd-XHS044pXj_6YrF3-24" parent="1" style="shape=folder;fontStyle=1;spacingTop=10;tabWidth=40;tabHeight=14;tabPosition=left;html=1;whiteSpace=wrap;" value="User Interface" vertex="1">
          <mxGeometry height="155" width="190" x="160" y="1730" as="geometry" />
        </mxCell>
        <mxCell id="5oGTE3Xe48jpl4K919ed-3" edge="1" parent="1" source="5oGTE3Xe48jpl4K919ed-1" style="edgeStyle=orthogonalEdgeStyle;rounded=0;orthogonalLoop=1;jettySize=auto;html=1;exitX=0.5;exitY=1;exitDx=0;exitDy=0;exitPerimeter=0;entryX=0;entryY=0;entryDx=330;entryDy=14;entryPerimeter=0;dashed=1;" target="bphd-XHS044pXj_6YrF3-17">
          <mxGeometry relative="1" as="geometry" />
        </mxCell>
        <mxCell id="5oGTE3Xe48jpl4K919ed-1" parent="1" style="shape=folder;fontStyle=1;spacingTop=10;tabWidth=40;tabHeight=14;tabPosition=left;html=1;whiteSpace=wrap;" value="Users" vertex="1">
          <mxGeometry height="60" width="130" x="380" y="1580" as="geometry" />
        </mxCell>
        <mxCell id="5oGTE3Xe48jpl4K919ed-5" edge="1" parent="1" source="bphd-XHS044pXj_6YrF3-17" style="edgeStyle=orthogonalEdgeStyle;rounded=0;orthogonalLoop=1;jettySize=auto;html=1;exitX=0.5;exitY=1;exitDx=0;exitDy=0;exitPerimeter=0;entryX=0;entryY=0;entryDx=390;entryDy=50;entryPerimeter=0;dashed=1;" target="bphd-XHS044pXj_6YrF3-19">
          <mxGeometry relative="1" as="geometry" />
        </mxCell>
        <mxCell id="5oGTE3Xe48jpl4K919ed-6" edge="1" parent="1" source="bphd-XHS044pXj_6YrF3-19" style="edgeStyle=orthogonalEdgeStyle;rounded=0;orthogonalLoop=1;jettySize=auto;html=1;exitX=0.5;exitY=1;exitDx=0;exitDy=0;exitPerimeter=0;entryX=0.505;entryY=0.067;entryDx=0;entryDy=0;entryPerimeter=0;dashed=1;" target="bphd-XHS044pXj_6YrF3-20">
          <mxGeometry relative="1" as="geometry" />
        </mxCell>
        <mxCell id="5oGTE3Xe48jpl4K919ed-9" parent="1" style="shape=folder;fontStyle=1;spacingTop=10;tabWidth=40;tabHeight=14;tabPosition=left;html=1;whiteSpace=wrap;" value="Application&lt;div&gt;Facade&lt;/div&gt;" vertex="1">
          <mxGeometry height="80" width="155" x="510" y="2120" as="geometry" />
        </mxCell>
        <mxCell id="5oGTE3Xe48jpl4K919ed-10" parent="1" style="shape=folder;fontStyle=1;spacingTop=10;tabWidth=40;tabHeight=14;tabPosition=left;html=1;whiteSpace=wrap;" value="Business&lt;div&gt;Entities&lt;/div&gt;" vertex="1">
          <mxGeometry height="50" width="140" x="710" y="2300" as="geometry" />
        </mxCell>
        <mxCell id="5oGTE3Xe48jpl4K919ed-11" edge="1" parent="1" source="5oGTE3Xe48jpl4K919ed-9" style="edgeStyle=orthogonalEdgeStyle;rounded=0;orthogonalLoop=1;jettySize=auto;html=1;exitX=0;exitY=0;exitDx=155;exitDy=52;exitPerimeter=0;entryX=0;entryY=0;entryDx=0;entryDy=32;entryPerimeter=0;" target="5oGTE3Xe48jpl4K919ed-10">
          <mxGeometry relative="1" as="geometry" />
        </mxCell>
        <mxCell id="5oGTE3Xe48jpl4K919ed-12" parent="1" style="shape=folder;fontStyle=1;spacingTop=10;tabWidth=40;tabHeight=14;tabPosition=left;html=1;whiteSpace=wrap;" value="Business&lt;div&gt;Workflow&lt;/div&gt;" vertex="1">
          <mxGeometry height="50" width="145" x="320" y="2290" as="geometry" />
        </mxCell>
        <mxCell id="5oGTE3Xe48jpl4K919ed-14" edge="1" parent="1" source="5oGTE3Xe48jpl4K919ed-9" style="edgeStyle=orthogonalEdgeStyle;rounded=0;orthogonalLoop=1;jettySize=auto;html=1;entryX=0;entryY=0;entryDx=40;entryDy=14;entryPerimeter=0;" target="5oGTE3Xe48jpl4K919ed-12">
          <mxGeometry relative="1" as="geometry" />
        </mxCell>
        <mxCell id="5oGTE3Xe48jpl4K919ed-15" parent="1" style="shape=folder;fontStyle=1;spacingTop=10;tabWidth=40;tabHeight=14;tabPosition=left;html=1;whiteSpace=wrap;" value="Business&lt;div&gt;Components&lt;/div&gt;" vertex="1">
          <mxGeometry height="50" width="125" x="525" y="2300" as="geometry" />
        </mxCell>
        <mxCell id="5oGTE3Xe48jpl4K919ed-18" edge="1" parent="1" source="5oGTE3Xe48jpl4K919ed-9" style="edgeStyle=orthogonalEdgeStyle;rounded=0;orthogonalLoop=1;jettySize=auto;html=1;exitX=0.5;exitY=1;exitDx=0;exitDy=0;exitPerimeter=0;entryX=0;entryY=0;entryDx=0;entryDy=32;entryPerimeter=0;" target="5oGTE3Xe48jpl4K919ed-15">
          <mxGeometry relative="1" as="geometry" />
        </mxCell>
        <mxCell id="5oGTE3Xe48jpl4K919ed-19" parent="1" style="shape=folder;fontStyle=1;spacingTop=10;tabWidth=40;tabHeight=14;tabPosition=left;html=1;whiteSpace=wrap;" value="Data Access" vertex="1">
          <mxGeometry height="50" width="70" x="410" y="2490" as="geometry" />
        </mxCell>
        <mxCell id="5oGTE3Xe48jpl4K919ed-20" parent="1" style="shape=folder;fontStyle=1;spacingTop=10;tabWidth=40;tabHeight=14;tabPosition=left;html=1;whiteSpace=wrap;" value="Service Agents" vertex="1">
          <mxGeometry height="50" width="70" x="715" y="2491" as="geometry" />
        </mxCell>
        <mxCell id="5oGTE3Xe48jpl4K919ed-22" parent="1" style="shape=folder;fontStyle=1;spacingTop=10;tabWidth=40;tabHeight=14;tabPosition=left;html=1;whiteSpace=wrap;" value="Data Sources" vertex="1">
          <mxGeometry height="50" width="70" x="440.0023076923076" y="2660" as="geometry" />
        </mxCell>
        <mxCell id="5oGTE3Xe48jpl4K919ed-24" parent="1" style="shape=folder;fontStyle=1;spacingTop=10;tabWidth=40;tabHeight=14;tabPosition=left;html=1;whiteSpace=wrap;" value="External&amp;nbsp;&lt;br&gt;Services" vertex="1">
          <mxGeometry height="50" width="70" x="687.5046153846152" y="2665" as="geometry" />
        </mxCell>
        <mxCell id="5oGTE3Xe48jpl4K919ed-25" parent="1" style="shape=folder;fontStyle=1;spacingTop=10;tabWidth=40;tabHeight=14;tabPosition=left;html=1;whiteSpace=wrap;" value="Cross Cutting" vertex="1">
          <mxGeometry height="690" width="320" x="1060" y="1850" as="geometry" />
        </mxCell>
        <mxCell id="5oGTE3Xe48jpl4K919ed-26" parent="1" style="shape=folder;fontStyle=1;spacingTop=10;tabWidth=40;tabHeight=14;tabPosition=left;html=1;whiteSpace=wrap;" value="Security" vertex="1">
          <mxGeometry height="79" width="120" x="1155" y="1960" as="geometry" />
        </mxCell>
        <mxCell id="5oGTE3Xe48jpl4K919ed-27" parent="1" style="shape=folder;fontStyle=1;spacingTop=10;tabWidth=40;tabHeight=14;tabPosition=left;html=1;whiteSpace=wrap;" value="Operational Management" vertex="1">
          <mxGeometry height="80" width="142.5" x="1148.75" y="2100" as="geometry" />
        </mxCell>
        <mxCell id="5oGTE3Xe48jpl4K919ed-28" parent="1" style="shape=folder;fontStyle=1;spacingTop=10;tabWidth=40;tabHeight=14;tabPosition=left;html=1;whiteSpace=wrap;" value="Communication" vertex="1">
          <mxGeometry height="100" width="147.5" x="1146.25" y="2260" as="geometry" />
        </mxCell>
        <mxCell id="5oGTE3Xe48jpl4K919ed-29" edge="1" parent="1" source="bphd-XHS044pXj_6YrF3-20" style="edgeStyle=orthogonalEdgeStyle;rounded=0;orthogonalLoop=1;jettySize=auto;html=1;exitX=0;exitY=0;exitDx=495;exitDy=82;exitPerimeter=0;entryX=0;entryY=0;entryDx=0;entryDy=521;entryPerimeter=0;dashed=1;" target="5oGTE3Xe48jpl4K919ed-25">
          <mxGeometry relative="1" as="geometry" />
        </mxCell>
        <mxCell id="5oGTE3Xe48jpl4K919ed-30" edge="1" parent="1" source="bphd-XHS044pXj_6YrF3-19" style="edgeStyle=orthogonalEdgeStyle;rounded=0;orthogonalLoop=1;jettySize=auto;html=1;exitX=0;exitY=0;exitDx=620;exitDy=180;exitPerimeter=0;entryX=0.006;entryY=0.499;entryDx=0;entryDy=0;entryPerimeter=0;dashed=1;" target="5oGTE3Xe48jpl4K919ed-25">
          <mxGeometry relative="1" as="geometry" />
        </mxCell>
        <mxCell id="5oGTE3Xe48jpl4K919ed-31" edge="1" parent="1" source="bphd-XHS044pXj_6YrF3-17" style="edgeStyle=orthogonalEdgeStyle;rounded=0;orthogonalLoop=1;jettySize=auto;html=1;exitX=0;exitY=0;exitDx=620;exitDy=236;exitPerimeter=0;entryX=0;entryY=0;entryDx=0;entryDy=183;entryPerimeter=0;dashed=1;" target="5oGTE3Xe48jpl4K919ed-25">
          <mxGeometry relative="1" as="geometry" />
        </mxCell>
        <mxCell id="Xk1fa7zEFvqhqLaLLcKz-10" edge="1" parent="1" source="Xk1fa7zEFvqhqLaLLcKz-18" style="edgeStyle=orthogonalEdgeStyle;rounded=0;orthogonalLoop=1;jettySize=auto;html=1;exitX=0.5;exitY=1;exitDx=0;exitDy=0;entryX=0.5;entryY=0;entryDx=0;entryDy=0;" target="Xk1fa7zEFvqhqLaLLcKz-7">
          <mxGeometry relative="1" as="geometry" />
        </mxCell>
        <mxCell id="Xk1fa7zEFvqhqLaLLcKz-6" parent="1" style="verticalAlign=top;align=left;overflow=fill;html=1;whiteSpace=wrap;" value="&lt;p style=&quot;margin:0px;margin-top:4px;text-align:center;&quot;&gt;&lt;i&gt;&amp;lt;&amp;lt;Interface&amp;gt;&amp;gt;&lt;/i&gt;&lt;br&gt;&lt;/p&gt;&lt;p style=&quot;margin:0px;margin-left:4px;&quot;&gt;&lt;span style=&quot;background-color: transparent; font-family: Menlo, Monaco, Consolas, &amp;quot;Courier New&amp;quot;, monospace; font-size: inherit; white-space: pre-wrap; color: rgb(220, 233, 249); --dm-inline-bgcolor: transparent;&quot; data-dm-inline-bgcolor=&quot;&quot;&gt;Presentation Layer&lt;/span&gt;&lt;/p&gt;&lt;p style=&quot;margin:0px;margin-left:4px;&quot;&gt;&amp;nbsp;+ServiceAPI&lt;br&gt;+ClientInterface&lt;/p&gt;" vertex="1">
          <mxGeometry height="60" width="190" x="950" y="820" as="geometry" />
        </mxCell>
        <mxCell id="Xk1fa7zEFvqhqLaLLcKz-12" edge="1" parent="1" source="Xk1fa7zEFvqhqLaLLcKz-20" style="edgeStyle=orthogonalEdgeStyle;rounded=0;orthogonalLoop=1;jettySize=auto;html=1;exitX=0.5;exitY=1;exitDx=0;exitDy=0;" target="Xk1fa7zEFvqhqLaLLcKz-11">
          <mxGeometry relative="1" as="geometry" />
        </mxCell>
-         <mxCell id="Xk1fa7zEFvqhqLaLLcKz-7" parent="1" style="html=1;whiteSpace=wrap;" value="&lt;pre style=&quot;box-sizing: border-box; overflow: auto; font-family: Menlo, Monaco, Consolas, &amp;quot;Courier New&amp;quot;, monospace; font-size: 13px; margin: 0px 0px 10px; line-height: 1.42857; color: rgb(220, 233, 249); word-break: break-all; overflow-wrap: break-word; border: 1px solid rgb(114, 105, 91); scrollbar-color: rgb(95, 99, 104) rgb(49, 54, 60); text-align: start; background-color: rgb(32, 36, 38); padding: 10px !important; border-radius: 4px !important;&quot;&gt;&lt;code class=&quot;mermaid language-mermaid&quot; style=&quot;box-sizing: border-box; font-family: Menlo, Monaco, Consolas, &amp;quot;Courier New&amp;quot;, monospace; font-size: inherit; padding: 0px; border-radius: 0px; white-space: pre-wrap; scrollbar-color: rgb(95, 99, 104) rgb(49, 54, 60); background-color: transparent !important; --dm-inline-bgcolor: transparent;&quot; data-dm-inline-bgcolor=&quot;&quot;&gt;Business Logic Layer&lt;br&gt;+&lt;/code&gt;ModelClasses&lt;br&gt;+User&lt;br&gt;+Review&lt;br&gt;+Amenities&lt;br&gt;+Place&lt;br&gt;+BookingService&lt;br&gt;+Comments&lt;/pre&gt;" vertex="1">
+         <mxCell id="Xk1fa7zEFvqhqLaLLcKz-7" parent="1" style="html=1;whiteSpace=wrap;" value="&lt;pre style=&quot;box-sizing: border-box; overflow: auto; font-family: Menlo, Monaco, Consolas, &amp;quot;Courier New&amp;quot;, monospace; font-size: 13px; margin: 0px 0px 10px; line-height: 1.42857; color: rgb(220, 233, 249); word-break: break-all; overflow-wrap: break-word; border: 1px solid rgb(114, 105, 91); scrollbar-color: rgb(95, 99, 104) rgb(49, 54, 60); text-align: start; background-color: rgb(32, 36, 38); padding: 10px !important; border-radius: 4px !important;&quot;&gt;&lt;code class=&quot;mermaid language-mermaid&quot; style=&quot;box-sizing: border-box; font-family: Menlo, Monaco, Consolas, &amp;quot;Courier New&amp;quot;, monospace; font-size: inherit; padding: 0px; border-radius: 0px; white-space: pre-wrap; scrollbar-color: rgb(95, 99, 104) rgb(49, 54, 60); background-color: transparent !important; --dm-inline-bgcolor: transparent;&quot; data-dm-inline-bgcolor=&quot;&quot;&gt;Business Logic Layer&lt;/code&gt;&lt;br&gt;+User&lt;br&gt;+Review&lt;br&gt;+Amenities&lt;br&gt;+Place&lt;br&gt;+Comments&lt;/pre&gt;" vertex="1">
          <mxGeometry height="190" width="254" x="918" y="980" as="geometry" />
        </mxCell>
        <mxCell id="Xk1fa7zEFvqhqLaLLcKz-11" parent="1" style="html=1;whiteSpace=wrap;" value="&lt;pre style=&quot;box-sizing: border-box; overflow: auto; font-family: Menlo, Monaco, Consolas, &amp;quot;Courier New&amp;quot;, monospace; font-size: 13px; margin: 0px 0px 10px; line-height: 1.42857; color: rgb(220, 233, 249); word-break: break-all; overflow-wrap: break-word; border: 1px solid rgb(114, 105, 91); scrollbar-color: rgb(95, 99, 104) rgb(49, 54, 60); text-align: start; background-color: rgb(32, 36, 38); padding: 10px !important; border-radius: 4px !important;&quot;&gt;&lt;code class=&quot;mermaid language-mermaid&quot; style=&quot;box-sizing: border-box; font-family: Menlo, Monaco, Consolas, &amp;quot;Courier New&amp;quot;, monospace; font-size: inherit; padding: 0px; border-radius: 0px; white-space: pre-wrap; scrollbar-color: rgb(95, 99, 104) rgb(49, 54, 60); background-color: transparent !important; --dm-inline-bgcolor: transparent;&quot; data-dm-inline-bgcolor=&quot;&quot;&gt;Persistence Layer&lt;br&gt;&lt;pre style=&quot;box-sizing: border-box; overflow: auto; font-family: Menlo, Monaco, Consolas, &amp;quot;Courier New&amp;quot;, monospace; margin: 0px 0px 10px; line-height: 1.42857; color: rgb(220, 233, 249); word-break: break-all; overflow-wrap: break-word; border: 1px solid rgb(114, 105, 91); scrollbar-color: rgb(95, 99, 104) rgb(49, 54, 60); background-color: rgb(32, 36, 38); padding: 10px !important; border-radius: 4px !important;&quot;&gt;&lt;code class=&quot;mermaid language-mermaid&quot; style=&quot;box-sizing: border-box; font-family: Menlo, Monaco, Consolas, &amp;quot;Courier New&amp;quot;, monospace; font-size: inherit; padding: 0px; border-radius: 0px; white-space: pre-wrap; scrollbar-color: rgb(95, 99, 104) rgb(49, 54, 60); background-color: transparent !important; --dm-inline-bgcolor: transparent;&quot; data-dm-inline-bgcolor=&quot;&quot;&gt;+DatabaseAccess&lt;br&gt;+FileStorage&lt;br&gt;+DataPerisistence&lt;/code&gt;&lt;/pre&gt;&lt;/code&gt;&lt;/pre&gt;" vertex="1">
          <mxGeometry height="130" width="310" x="887" y="1280" as="geometry" />
        </mxCell>
        <mxCell id="Xk1fa7zEFvqhqLaLLcKz-17" edge="1" parent="1" source="Xk1fa7zEFvqhqLaLLcKz-6" style="edgeStyle=orthogonalEdgeStyle;rounded=0;orthogonalLoop=1;jettySize=auto;html=1;exitX=0.5;exitY=1;exitDx=0;exitDy=0;entryX=0.5;entryY=0;entryDx=0;entryDy=0;" target="Xk1fa7zEFvqhqLaLLcKz-18" value="">
          <mxGeometry relative="1" as="geometry">
            <mxPoint x="1045" y="880" as="sourcePoint" />
            <mxPoint x="1045" y="980" as="targetPoint" />
          </mxGeometry>
        </mxCell>
        <mxCell id="Xk1fa7zEFvqhqLaLLcKz-18" parent="1" style="html=1;whiteSpace=wrap;" value="&lt;pre style=&quot;box-sizing: border-box; overflow: auto; font-family: Menlo, Monaco, Consolas, &amp;quot;Courier New&amp;quot;, monospace; font-size: 13px; margin: 0px 0px 10px; line-height: 1.42857; color: rgb(220, 233, 249); word-break: break-all; overflow-wrap: break-word; border-width: 1px; border-style: solid; border-image: initial; scrollbar-color: rgb(95, 99, 104) rgb(49, 54, 60); text-align: start; padding: 10px !important; background-color: rgb(32, 36, 38) !important; border-color: rgb(114, 105, 91) !important; border-radius: 4px !important;&quot;&gt;&lt;code class=&quot;mermaid language-mermaid&quot; style=&quot;box-sizing: border-box; font-family: Menlo, Monaco, Consolas, &amp;quot;Courier New&amp;quot;, monospace; font-size: inherit; padding: 0px; border-radius: 0px; white-space: pre-wrap; scrollbar-color: rgb(95, 99, 104) rgb(49, 54, 60); background-color: transparent !important;&quot;&gt;Facade Pattern&lt;/code&gt;&lt;/pre&gt;" vertex="1">
          <mxGeometry height="55" width="260" x="912" y="900" as="geometry" />
        </mxCell>
        <mxCell id="Xk1fa7zEFvqhqLaLLcKz-19" edge="1" parent="1" source="Xk1fa7zEFvqhqLaLLcKz-7" style="edgeStyle=orthogonalEdgeStyle;rounded=0;orthogonalLoop=1;jettySize=auto;html=1;exitX=0.5;exitY=1;exitDx=0;exitDy=0;" target="Xk1fa7zEFvqhqLaLLcKz-20" value="">
          <mxGeometry relative="1" as="geometry">
            <mxPoint x="1045" y="1170" as="sourcePoint" />
            <mxPoint x="1045" y="1240" as="targetPoint" />
          </mxGeometry>
        </mxCell>
        <mxCell id="Xk1fa7zEFvqhqLaLLcKz-20" parent="1" style="html=1;whiteSpace=wrap;" value="&lt;pre style=&quot;box-sizing: border-box; overflow: auto; font-family: Menlo, Monaco, Consolas, &amp;quot;Courier New&amp;quot;, monospace; font-size: 13px; margin: 0px 0px 10px; line-height: 1.42857; color: rgb(220, 233, 249); word-break: break-all; overflow-wrap: break-word; border-width: 1px; border-style: solid; border-image: initial; scrollbar-color: rgb(95, 99, 104) rgb(49, 54, 60); text-align: start; padding: 10px !important; background-color: rgb(32, 36, 38) !important; border-color: rgb(114, 105, 91) !important; border-radius: 4px !important;&quot;&gt;&lt;code class=&quot;mermaid language-mermaid&quot; style=&quot;box-sizing: border-box; font-family: Menlo, Monaco, Consolas, &amp;quot;Courier New&amp;quot;, monospace; font-size: inherit; padding: 0px; border-radius: 0px; white-space: pre-wrap; scrollbar-color: rgb(95, 99, 104) rgb(49, 54, 60); background-color: transparent !important;&quot;&gt;Database Operations&lt;/code&gt;&lt;/pre&gt;" vertex="1">
          <mxGeometry height="50" width="250" x="922" y="1190" as="geometry" />
        </mxCell>
        <mxCell id="aWwyGlZGmxZRMDZtTTIC-4" parent="1" style="rounded=0;whiteSpace=wrap;html=1;align=center;fillColor=#fff2cc;strokeColor=#d6b656;" value="Admin page" vertex="1">
          <mxGeometry height="65.46" width="120" x="330" y="500" as="geometry" />
        </mxCell>
        <mxCell id="lqWkxY9uZ9eT4ogvRrYx-4" edge="1" parent="1" source="lqWkxY9uZ9eT4ogvRrYx-2" style="edgeStyle=orthogonalEdgeStyle;rounded=0;orthogonalLoop=1;jettySize=auto;html=1;exitX=0.5;exitY=1;exitDx=0;exitDy=0;entryX=0.5;entryY=0;entryDx=0;entryDy=0;" target="knfjWByLyRWuwcYY4K55-9">
          <mxGeometry relative="1" as="geometry">
            <mxPoint x="1450" y="490" as="targetPoint" />
          </mxGeometry>
        </mxCell>
        <mxCell id="lqWkxY9uZ9eT4ogvRrYx-2" parent="1" style="rounded=0;whiteSpace=wrap;html=1;align=center;fillColor=#fff2cc;strokeColor=#d6b656;" value="&lt;div style=&quot;&quot;&gt;&lt;font color=&quot;#dce9f9&quot; face=&quot;aktiv-grotesk, sans-serif&quot;&gt;&lt;span style=&quot;font-size: 14px; background-color: rgb(32, 36, 38);&quot;&gt;&lt;b&gt;Checking for access right&lt;/b&gt;&lt;/span&gt;&lt;/font&gt;&lt;/div&gt;" vertex="1">
          <mxGeometry height="65.46" width="120" x="1415" y="370" as="geometry" />
        </mxCell>
      </root>
    </mxGraphModel>
  </diagram>
</mxfile>
